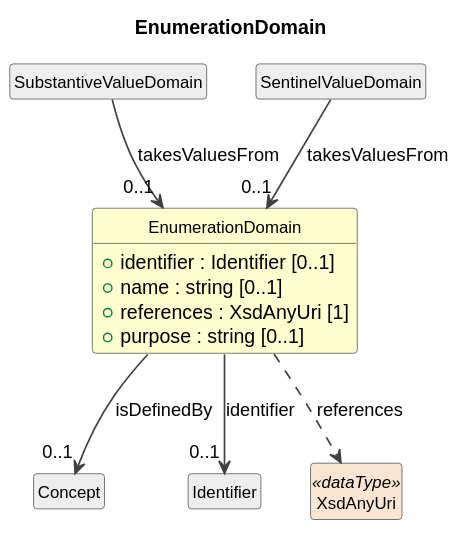
Earlier version of the PlantUML export cdif-uml-model/DataDescriptionWithStructure/Classes/EnumerationDomain.svg (Cross-Domain-Interoperability-Framework/metadataBuildingBlocks). The source it was exported from:
```plantuml
@startuml
title EnumerationDomain
hide circle
hide empty members
skinparam shadowing false
skinparam ArrowThickness 1.2
skinparam class {
  ArrowColor #404040
  BorderColor #404040
  FontSize 12
}

class "EnumerationDomain" as EnumerationDomain #FEFECE {
  +identifier : Identifier [0..1]
  +name : string [0..1]
  +references : XsdAnyUri [1]
  +purpose : string [0..1]
}
class "SubstantiveValueDomain" as SubstantiveValueDomain #EEEEEE
SubstantiveValueDomain --> "0..1" EnumerationDomain : takesValuesFrom
class "SentinelValueDomain" as SentinelValueDomain #EEEEEE
SentinelValueDomain --> "0..1" EnumerationDomain : takesValuesFrom
class "Concept" as Concept #EEEEEE
EnumerationDomain --> "0..1" Concept : isDefinedBy
class "Identifier" as Identifier #EEEEEE
EnumerationDomain --> "0..1" Identifier : identifier
class "XsdAnyUri" as XsdAnyUri <<dataType>> #FAE5D3
EnumerationDomain ..> XsdAnyUri : references
@enduml
```
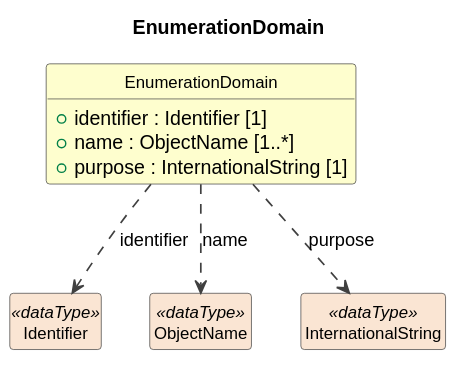
Later version of the same file.

What changed in the source:
```diff
@@ -11,19 +11,14 @@
 }
 
 class "EnumerationDomain" as EnumerationDomain #FEFECE {
-  +identifier : Identifier [0..1]
-  +name : string [0..1]
-  +references : XsdAnyUri [1]
-  +purpose : string [0..1]
+  +identifier : Identifier [1]
+  +name : ObjectName [1..*]
+  +purpose : InternationalString [1]
 }
-class "SubstantiveValueDomain" as SubstantiveValueDomain #EEEEEE
-SubstantiveValueDomain --> "0..1" EnumerationDomain : takesValuesFrom
-class "SentinelValueDomain" as SentinelValueDomain #EEEEEE
-SentinelValueDomain --> "0..1" EnumerationDomain : takesValuesFrom
-class "Concept" as Concept #EEEEEE
-EnumerationDomain --> "0..1" Concept : isDefinedBy
-class "Identifier" as Identifier #EEEEEE
-EnumerationDomain --> "0..1" Identifier : identifier
-class "XsdAnyUri" as XsdAnyUri <<dataType>> #FAE5D3
-EnumerationDomain ..> XsdAnyUri : references
+class "Identifier" as Identifier <<dataType>> #FAE5D3
+EnumerationDomain ..> Identifier : identifier
+class "ObjectName" as ObjectName <<dataType>> #FAE5D3
+EnumerationDomain ..> ObjectName : name
+class "InternationalString" as InternationalString <<dataType>> #FAE5D3
+EnumerationDomain ..> InternationalString : purpose
 @enduml
```
